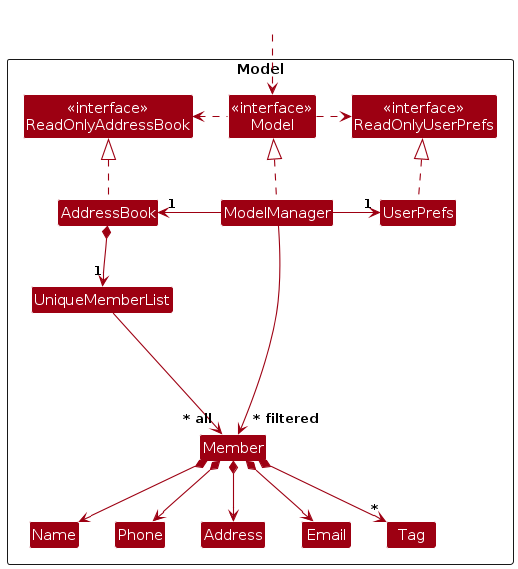
The PlantUML diagram diagrams/ModelClassDiagram.png in AY2425S1-CS2103T-W14-3/tp, before a commit. Its source is kept beside it as diagrams/ModelClassDiagram.puml. Source of this version:
```plantuml
@startuml
!include style.puml
skinparam arrowThickness 1.1
skinparam arrowColor MODEL_COLOR
skinparam classBackgroundColor MODEL_COLOR

Package Model as ModelPackage <<Rectangle>>{
Class "<<interface>>\nReadOnlyAddressBook" as ReadOnlyAddressBook
Class "<<interface>>\nReadOnlyUserPrefs" as ReadOnlyUserPrefs
Class "<<interface>>\nModel" as Model
Class AddressBook
Class ModelManager
Class UserPrefs

Class UniqueMemberList
Class Member
Class Address
Class Email
Class Name
Class Phone
Class Tag

Class I #FFFFFF
}

Class HiddenOutside #FFFFFF
HiddenOutside ..> Model

AddressBook .up.|> ReadOnlyAddressBook

ModelManager .up.|> Model
Model .right.> ReadOnlyUserPrefs
Model .left.> ReadOnlyAddressBook
ModelManager -left-> "1" AddressBook
ModelManager -right-> "1" UserPrefs
UserPrefs .up.|> ReadOnlyUserPrefs

AddressBook *--> "1" UniqueMemberList
UniqueMemberList --> "~* all" Member
Member *--> Name
Member *--> Phone
Member *--> Email
Member *--> Address
Member *--> "*" Tag

Member -[hidden]up--> I
UniqueMemberList -[hidden]right-> I

Name -[hidden]right-> Phone
Phone -[hidden]right-> Address
Address -[hidden]right-> Email

ModelManager --> "~* filtered" Member
@enduml
```
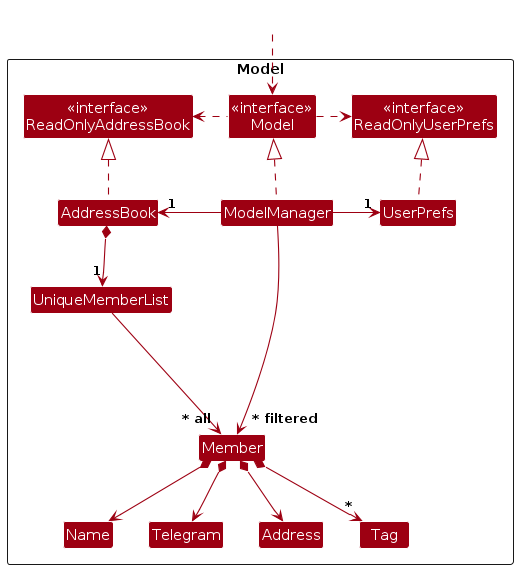
Above is the later version.

What changed in the source:
```diff
@@ -15,9 +15,8 @@
 Class UniqueMemberList
 Class Member
 Class Address
-Class Email
 Class Name
-Class Phone
+Class Telegram
 Class Tag
 
 Class I #FFFFFF
@@ -38,17 +37,15 @@
 AddressBook *--> "1" UniqueMemberList
 UniqueMemberList --> "~* all" Member
 Member *--> Name
-Member *--> Phone
-Member *--> Email
+Member *--> Telegram
 Member *--> Address
 Member *--> "*" Tag
 
 Member -[hidden]up--> I
 UniqueMemberList -[hidden]right-> I
 
-Name -[hidden]right-> Phone
-Phone -[hidden]right-> Address
-Address -[hidden]right-> Email
+Name -[hidden]right-> Telegram
+Telegram -[hidden]right-> Address
 
 ModelManager --> "~* filtered" Member
 @enduml
```
